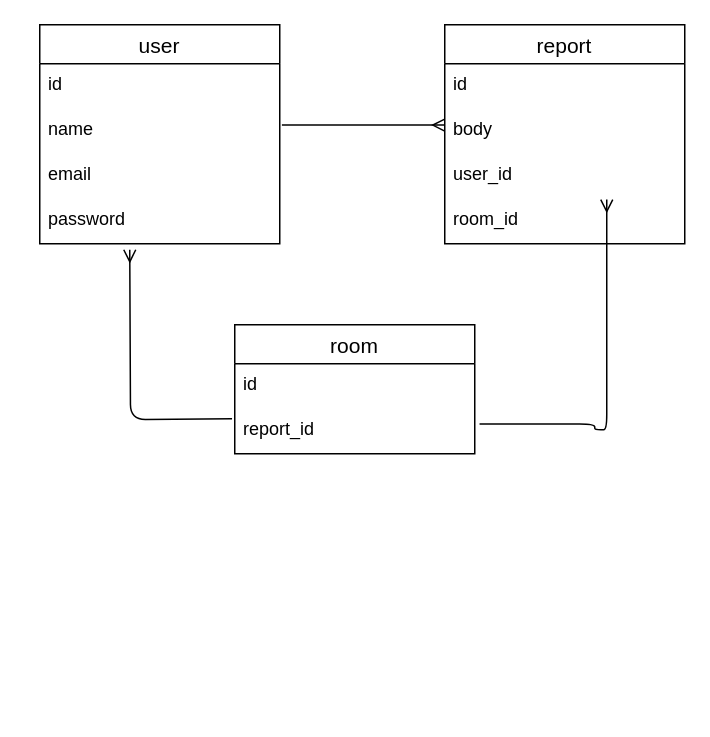
suzuki-sho/meal_repo keeps this draw.io diagram as meal_repo.dio. Above is the earlier version. Source tidied: cells renumbered, new cells numbered last; positions are measured from the earlier drawing's top-left corner, leaving out a move shared by most shapes. Both pictures are drawn from the tidied source at 150%, with x=0, y=0 at pixel (39, 24).
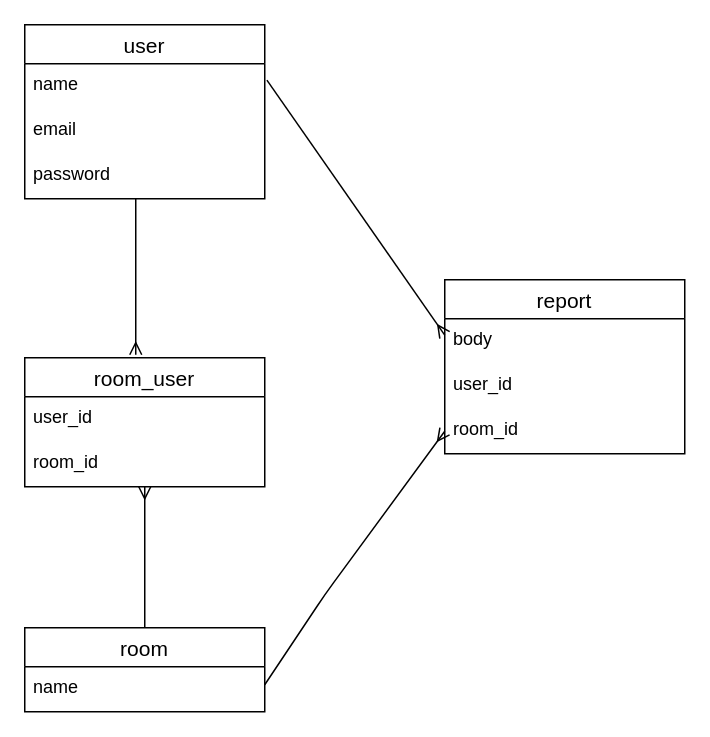
The same page after the edit.

The edit, as a diff of the source:
```diff
@@
     <mxCell id="2" value="user" style="swimlane;fontStyle=0;horizontal=1;startSize=26;align=center;fontSize=14;" parent="1" vertex="1">
-      <mxGeometry width="160" height="146" as="geometry" />
+      <mxGeometry x="-10" width="160" height="116" as="geometry" />
     </mxCell>
-    <mxCell id="3" value="id" style="text;strokeColor=none;fillColor=none;spacingLeft=4;spacingRight=4;overflow=hidden;fontSize=12;" parent="2" vertex="1">
-      <mxGeometry y="26" width="160" height="30" as="geometry" />
-    </mxCell>
     <mxCell id="4" value="name" style="text;strokeColor=none;fillColor=none;spacingLeft=4;spacingRight=4;overflow=hidden;points=[[0,0.5],[1,0.5]];portConstraint=eastwest;fontSize=12;" parent="2" vertex="1">
-      <mxGeometry y="56" width="160" height="30" as="geometry" />
+      <mxGeometry y="26" width="160" height="30" as="geometry" />
     </mxCell>
     <mxCell id="5" value="email" style="text;strokeColor=none;fillColor=none;spacingLeft=4;spacingRight=4;overflow=hidden;fontSize=12;" parent="2" vertex="1">
-      <mxGeometry y="86" width="160" height="30" as="geometry" />
+      <mxGeometry y="56" width="160" height="30" as="geometry" />
     </mxCell>
     <mxCell id="6" value="password" style="text;strokeColor=none;fillColor=none;spacingLeft=4;spacingRight=4;overflow=hidden;fontSize=12;" parent="2" vertex="1">
-      <mxGeometry y="116" width="160" height="30" as="geometry" />
+      <mxGeometry y="86" width="160" height="30" as="geometry" />
     </mxCell>
+    <mxCell id="16" style="fontSize=12;html=1;endArrow=ERmany;exitX=1.009;exitY=0.363;exitDx=0;exitDy=0;exitPerimeter=0;entryX=0;entryY=0.363;entryDx=0;entryDy=0;entryPerimeter=0;" parent="1" edge="1" source="4" target="9">
+      <mxGeometry relative="1" as="geometry" />
+    </mxCell>
+    <mxCell id="12" value="room" style="swimlane;fontStyle=0;horizontal=1;startSize=26;align=center;fontSize=14;" parent="1" vertex="1">
+      <mxGeometry x="-10" y="402" width="160" height="56" as="geometry" />
+    </mxCell>
+    <mxCell id="13" value="name" style="text;strokeColor=none;fillColor=none;spacingLeft=4;spacingRight=4;overflow=hidden;fontSize=12;" parent="12" vertex="1">
+      <mxGeometry y="26" width="160" height="30" as="geometry" />
+    </mxCell>
+    <mxCell id="18" value="room_user" style="swimlane;fontStyle=0;horizontal=1;startSize=26;align=center;fontSize=14;" parent="1" vertex="1">
+      <mxGeometry x="-10" y="222" width="160" height="86" as="geometry" />
+    </mxCell>
+    <mxCell id="19" value="user_id" style="text;strokeColor=none;fillColor=none;spacingLeft=4;spacingRight=4;overflow=hidden;fontSize=12;" parent="18" vertex="1">
+      <mxGeometry y="26" width="160" height="30" as="geometry" />
+    </mxCell>
+    <mxCell id="20" value="room_id" style="text;strokeColor=none;fillColor=none;spacingLeft=4;spacingRight=4;overflow=hidden;fontSize=12;" parent="18" vertex="1">
+      <mxGeometry y="56" width="160" height="30" as="geometry" />
+    </mxCell>
     <mxCell id="7" value="report" style="swimlane;fontStyle=0;horizontal=1;startSize=26;align=center;fontSize=14;" parent="1" vertex="1">
-      <mxGeometry x="270" width="160" height="146" as="geometry" />
+      <mxGeometry x="270" y="170" width="160" height="116" as="geometry" />
     </mxCell>
-    <mxCell id="8" value="id" style="text;strokeColor=none;fillColor=none;spacingLeft=4;spacingRight=4;overflow=hidden;fontSize=12;" parent="7" vertex="1">
-      <mxGeometry y="26" width="160" height="30" as="geometry" />
-    </mxCell>
     <mxCell id="9" value="body" style="text;strokeColor=none;fillColor=none;spacingLeft=4;spacingRight=4;overflow=hidden;points=[[0,0.5],[1,0.5]];portConstraint=eastwest;fontSize=12;" parent="7" vertex="1">
-      <mxGeometry y="56" width="160" height="30" as="geometry" />
+      <mxGeometry y="26" width="160" height="30" as="geometry" />
     </mxCell>
     <mxCell id="10" value="user_id" style="text;strokeColor=none;fillColor=none;spacingLeft=4;spacingRight=4;overflow=hidden;points=[[0,0.5],[1,0.5]];portConstraint=eastwest;fontSize=12;" parent="7" vertex="1">
-      <mxGeometry y="86" width="160" height="30" as="geometry" />
+      <mxGeometry y="56" width="160" height="30" as="geometry" />
     </mxCell>
     <mxCell id="11" value="room_id" style="text;strokeColor=none;fillColor=none;spacingLeft=4;spacingRight=4;overflow=hidden;points=[[0,0.5],[1,0.5]];portConstraint=eastwest;fontSize=12;" parent="7" vertex="1">
-      <mxGeometry y="116" width="160" height="30" as="geometry" />
+      <mxGeometry y="86" width="160" height="30" as="geometry" />
     </mxCell>
-    <mxCell id="12" value="room" style="swimlane;fontStyle=0;horizontal=1;startSize=26;align=center;fontSize=14;" parent="1" vertex="1">
-      <mxGeometry x="130" y="200" width="160" height="86" as="geometry" />
-    </mxCell>
-    <mxCell id="13" value="id" style="text;strokeColor=none;fillColor=none;spacingLeft=4;spacingRight=4;overflow=hidden;fontSize=12;" parent="12" vertex="1">
-      <mxGeometry y="26" width="160" height="30" as="geometry" />
-    </mxCell>
-    <mxCell id="14" value="report_id" style="text;strokeColor=none;fillColor=none;spacingLeft=4;spacingRight=4;overflow=hidden;fontSize=12;" parent="12" vertex="1">
-      <mxGeometry y="56" width="160" height="30" as="geometry" />
-    </mxCell>
-    <mxCell id="15" style="fontSize=12;html=1;endArrow=ERmany;exitX=-0.011;exitY=0.225;exitDx=0;exitDy=0;exitPerimeter=0;edgeStyle=orthogonalEdgeStyle;" parent="1" edge="1">
-      <mxGeometry relative="1" as="geometry">
-        <mxPoint x="128.2" y="262.7" as="sourcePoint" />
-        <mxPoint x="60" y="150" as="targetPoint" />
-      </mxGeometry>
-    </mxCell>
-    <mxCell id="16" style="fontSize=12;html=1;endArrow=ERmany;exitX=1.009;exitY=0.363;exitDx=0;exitDy=0;exitPerimeter=0;entryX=0;entryY=0.363;entryDx=0;entryDy=0;entryPerimeter=0;" parent="1" edge="1" source="4" target="9">
-      <mxGeometry relative="1" as="geometry" />
-    </mxCell>
-    <mxCell id="17" style="fontSize=12;html=1;endArrow=ERmany;edgeStyle=orthogonalEdgeStyle;entryX=0.675;entryY=1.018;entryDx=0;entryDy=0;entryPerimeter=0;exitX=1.02;exitY=0.34;exitDx=0;exitDy=0;exitPerimeter=0;" parent="1" edge="1" target="10">
-      <mxGeometry relative="1" as="geometry">
-        <mxPoint x="293.2" y="266.2" as="sourcePoint" />
-        <Array as="points">
-          <mxPoint x="370" y="266" />
-          <mxPoint x="370" y="270" />
-          <mxPoint x="378" y="270" />
-        </Array>
-      </mxGeometry>
-    </mxCell>
+    <mxCell id="21" style="fontSize=12;html=1;endArrow=ERmany;exitX=1.009;exitY=0.363;exitDx=0;exitDy=0;exitPerimeter=0;entryX=0;entryY=0.5;entryDx=0;entryDy=0;" parent="1" edge="1" target="11">
+      <mxGeometry relative="1" as="geometry">
+        <mxPoint x="150" y="440" as="sourcePoint" />
+        <Array as="points">
+          <mxPoint x="190" y="380" />
+        </Array>
+      </mxGeometry>
+    </mxCell>
+    <mxCell id="22" style="fontSize=12;html=1;endArrow=ERmany;exitX=1.009;exitY=0.363;exitDx=0;exitDy=0;exitPerimeter=0;" parent="1" edge="1">
+      <mxGeometry relative="1" as="geometry">
+        <mxPoint x="64" y="116" as="sourcePoint" />
+        <mxPoint x="64" y="220" as="targetPoint" />
+        <Array as="points">
+          <mxPoint x="64" y="150" />
+        </Array>
+      </mxGeometry>
+    </mxCell>
+    <mxCell id="23" style="fontSize=12;html=1;endArrow=ERmany;entryX=0;entryY=0.5;entryDx=0;entryDy=0;exitX=0.5;exitY=0;exitDx=0;exitDy=0;" parent="1" edge="1" source="12">
+      <mxGeometry relative="1" as="geometry">
+        <mxPoint x="70" y="308" as="targetPoint" />
+        <Array as="points">
+          <mxPoint x="70" y="350" />
+        </Array>
+      </mxGeometry>
+    </mxCell>
```
